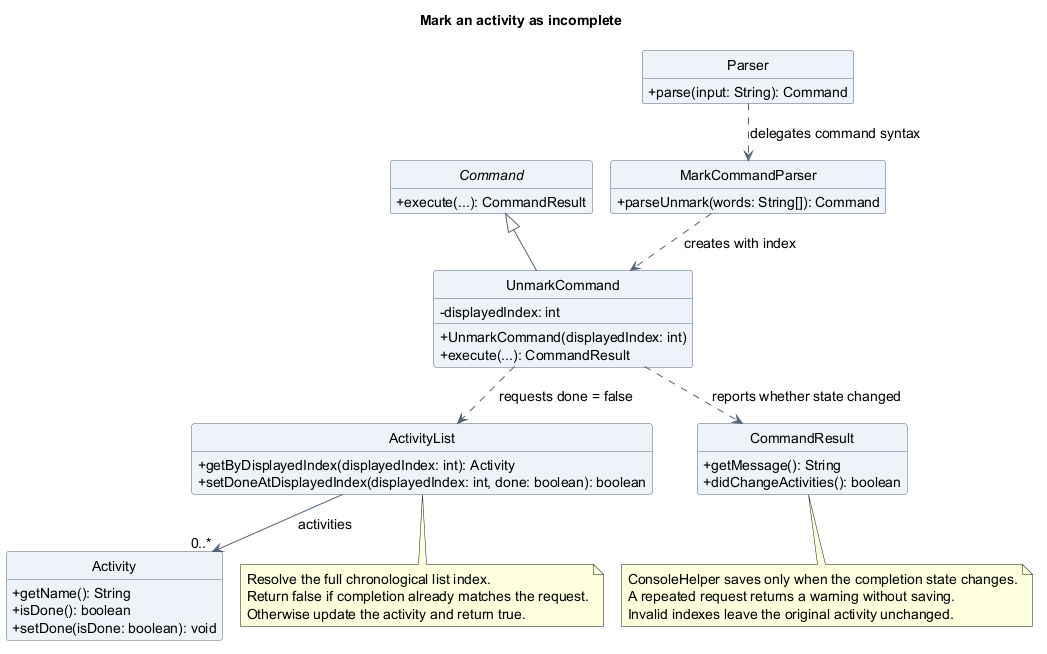
AY2627S1-CS2113-T10-4/tp keeps this PlantUML diagram as docs/images/oliver/class/UnmarkActivityClassDiagram.png. Above is the earlier version.
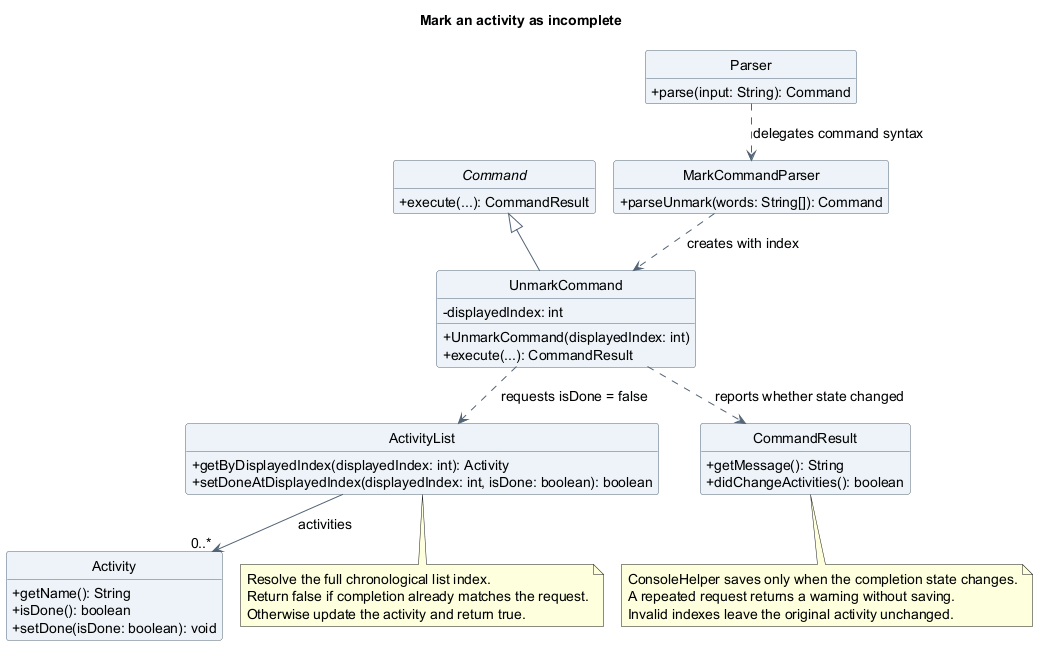
The same diagram one commit later.

Diff of the diagram source:
```diff
@@ -28,7 +28,7 @@
 }
 class ActivityList {
   +getByDisplayedIndex(displayedIndex: int): Activity
-  +setDoneAtDisplayedIndex(displayedIndex: int, done: boolean): boolean
+  +setDoneAtDisplayedIndex(displayedIndex: int, isDone: boolean): boolean
 }
 class Activity {
   +getName(): String
@@ -42,7 +42,7 @@
 Command <|-- UnmarkCommand
 Parser ..> MarkCommandParser : delegates command syntax
 MarkCommandParser ..> UnmarkCommand : creates with index
-UnmarkCommand ..> ActivityList : requests done = false
+UnmarkCommand ..> ActivityList : requests isDone = false
 UnmarkCommand ..> CommandResult : reports whether state changed
 ActivityList --> "0..*" Activity : activities
 note bottom of ActivityList
```
